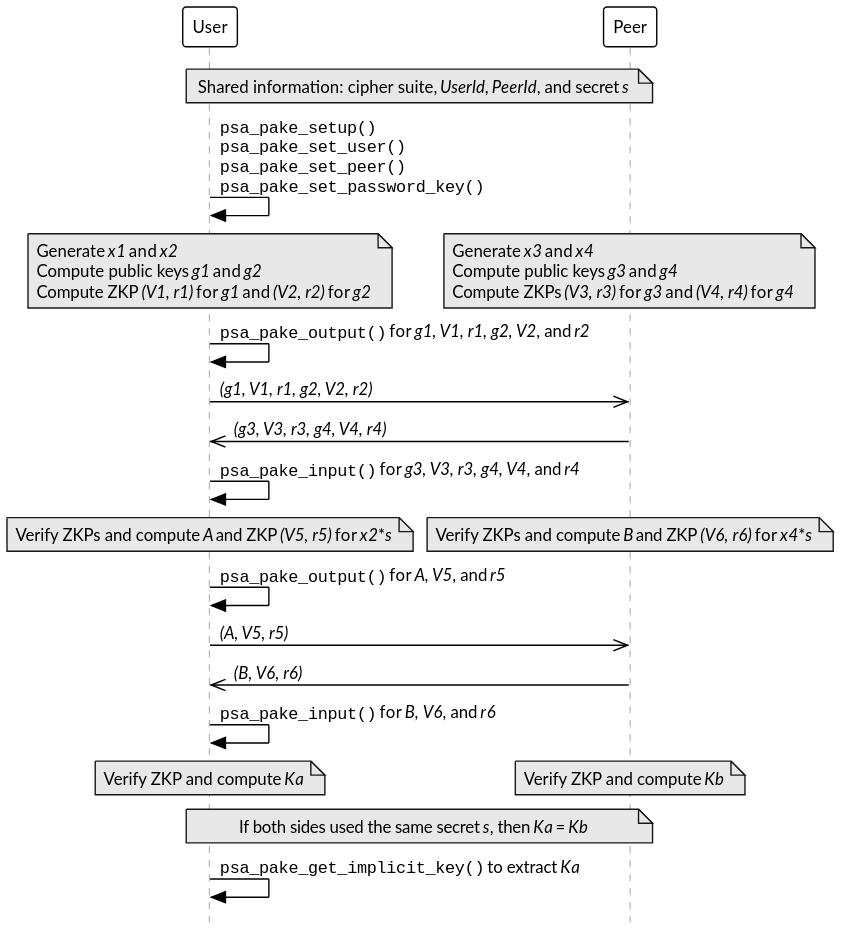
Above: doc/ext-pake/figure/j-pake.svg in ARM-software/psa-api (PlantUML), before the change. Its source is kept beside it as doc/ext-pake/figure/j-pake.puml.
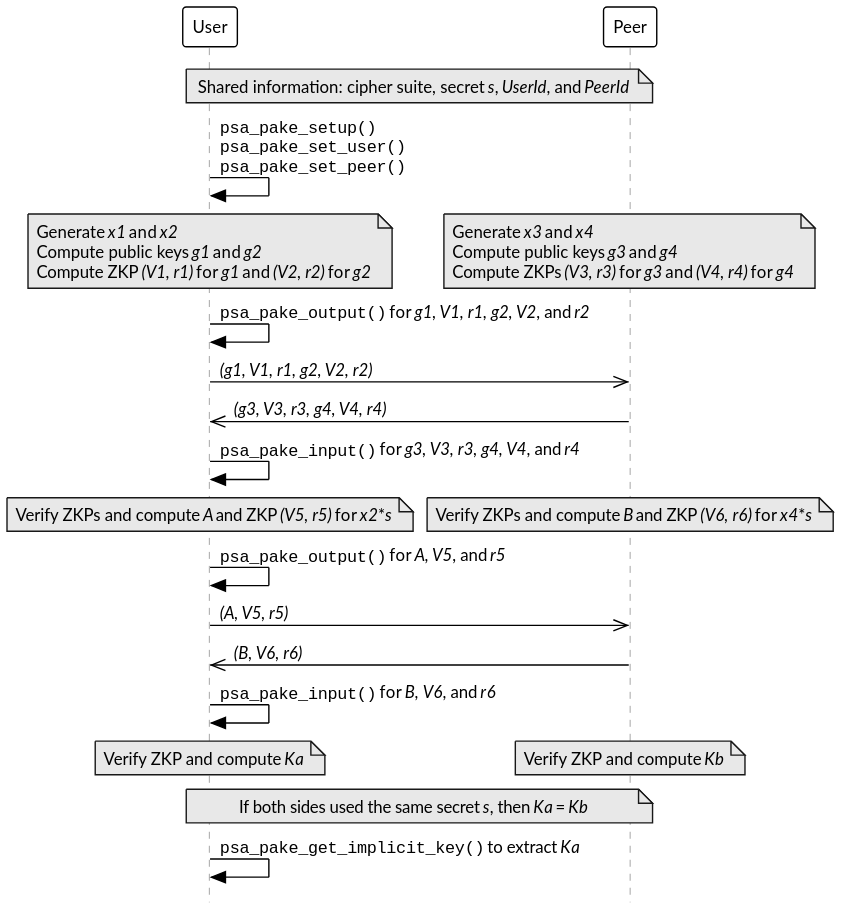
Later version of the same file.

Commit message:
pake: Set the password key as part of PAKE setup

What changed in the source:
```diff
@@ -5,9 +5,9 @@
     participant User
     participant Peer
 
-    note over User, Peer: Shared information: cipher suite, //UserId//, //PeerId//, and secret //s//
+    note over User, Peer: Shared information: cipher suite, secret //s//, //UserId//, and //PeerId//
 
-    User -> User: ""psa_pake_setup()""\n""psa_pake_set_user()""\n""psa_pake_set_peer()""\n""psa_pake_set_password_key()""
+    User -> User: ""psa_pake_setup()""\n""psa_pake_set_user()""\n""psa_pake_set_peer()""
 
     note over User: Generate //x1// and //x2//\nCompute public keys //g1// and //g2//\nCompute ZKP //(V1, r1)// for //g1// and //(V2, r2)// for //g2//
 
```
